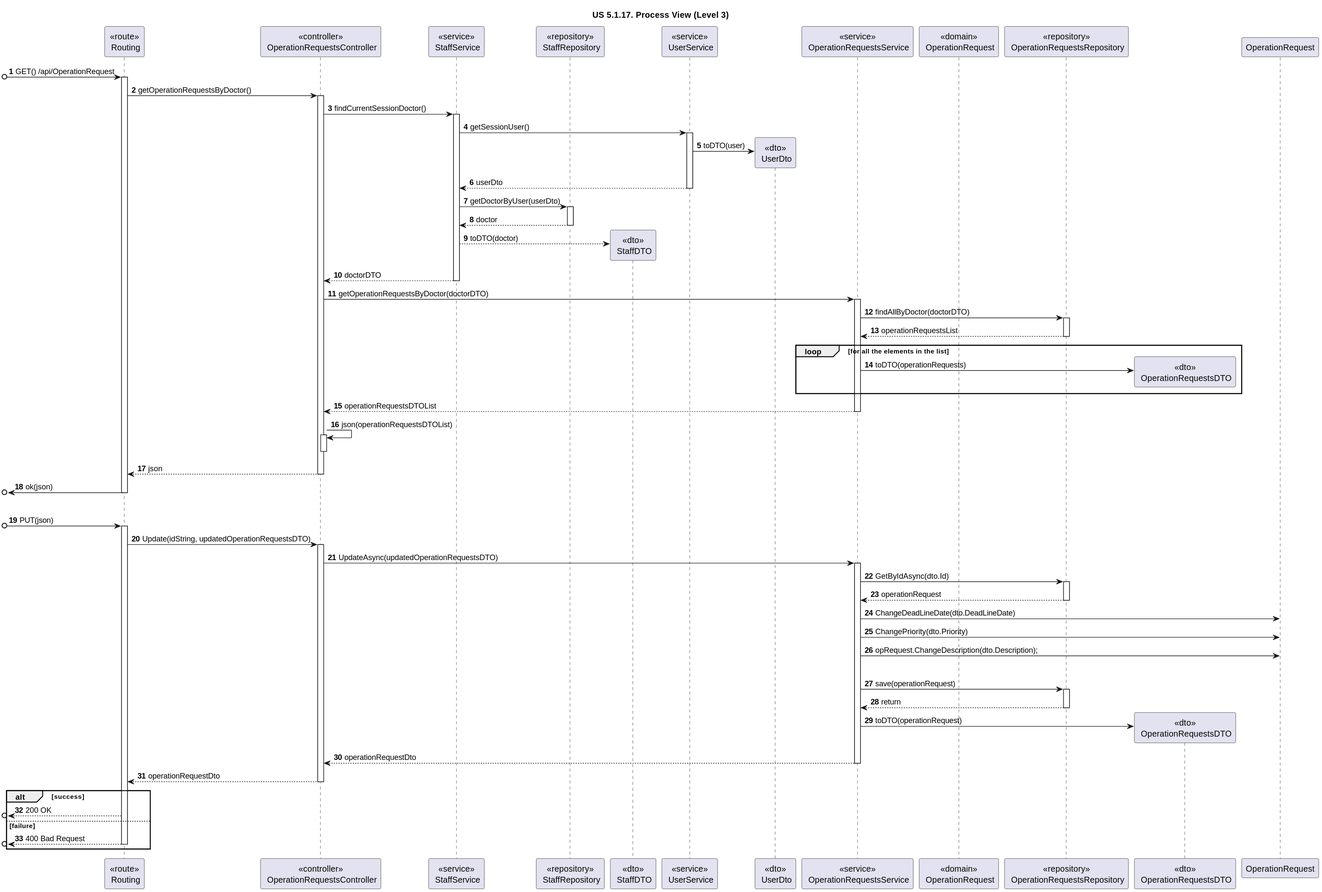
rita-barbosa/LAPR5-2425 keeps this PlantUML diagram as docs/sprint-1/1220683/us-5.1.17/diagrams/Process_View/Level-3/us17-process-view-lvl3.svg. Above is the earlier version.
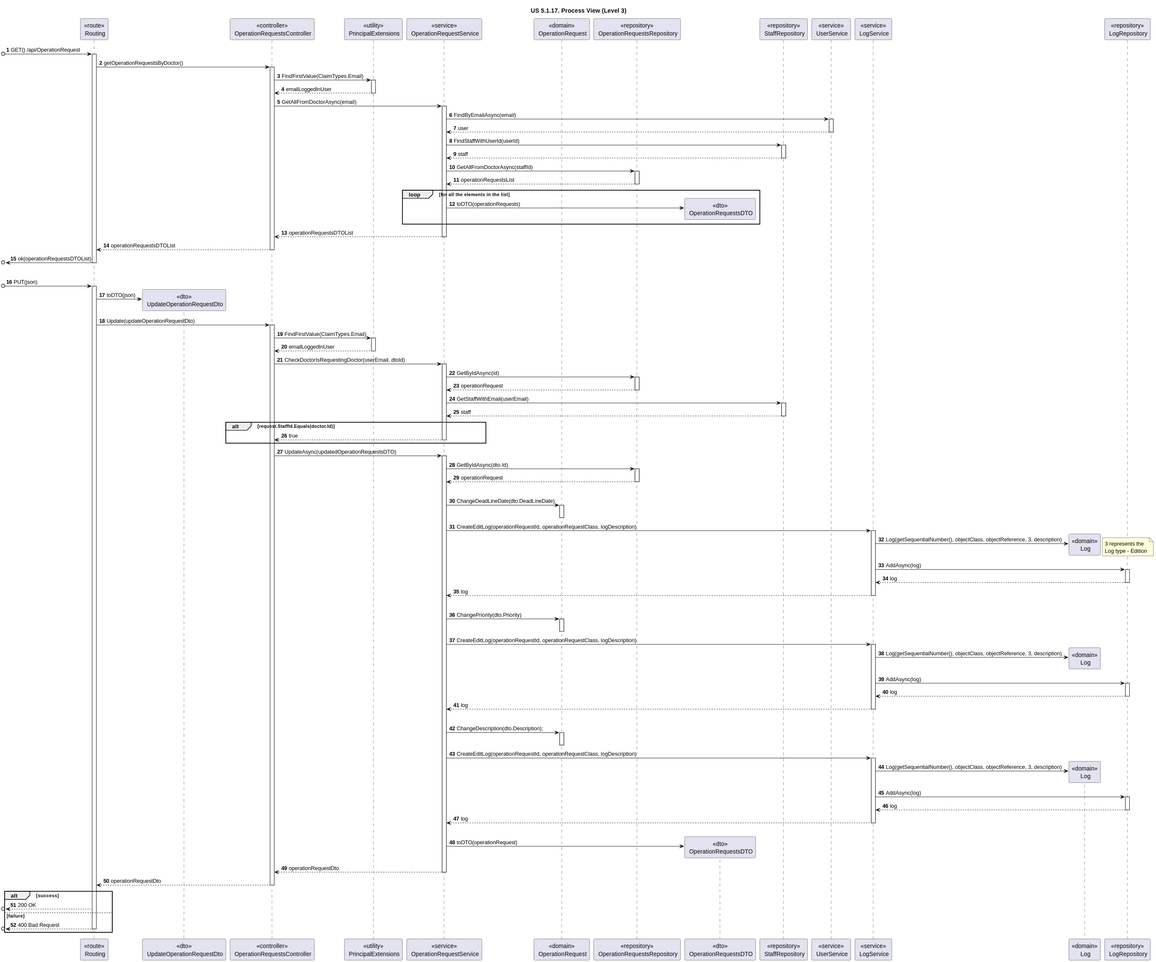
After the change.

Diff of the diagram source:
```diff
@@ -5,20 +5,22 @@
 autonumber
 
 participant "<<route>>\n Routing" as ROUTE
+participant "<<dto>>\n UpdateOperationRequestDto" as UpdateDTO
 participant "<<controller>>\n OperationRequestsController" as CONTROL
 
-participant "<<service>>\n StaffService" as STAFFServ
-participant "<<repository>>\n StaffRepository" as STAFFRepo
-participant "<<dto>>\n StaffDTO" as StaffDTO
+participant "<<utility>>\n PrincipalExtensions" as Claims
 
-participant "<<service>>\n UserService" as AUTHServ
-participant "<<dto>>\n UserDto" as UserDto
-
-participant "<<service>>\n OperationRequestsService" as OPREQServ
+participant "<<service>>\n OperationRequestService" as OPREQServ
 participant "<<domain>>\n OperationRequest" as OPRequest
 participant "<<repository>>\n OperationRequestsRepository" as OPREQRepo
 participant "<<dto>>\n OperationRequestsDTO" as OPREQDTO
 
+participant "<<repository>>\n StaffRepository" as STAFFRepo
+participant "<<service>>\n UserService" as AUTHServ
+
+participant "<<service>>\n LogService" as LogServ
+participant "<<domain>>\n Log" as Log
+participant "<<repository>>\n LogRepository" as LogRepo
 
 [o-> ROUTE : GET() /api/OperationRequest
 activate ROUTE
@@ -26,32 +28,29 @@
 ROUTE -> CONTROL : getOperationRequestsByDoctor()
 activate CONTROL
 
-CONTROL -> STAFFServ : findCurrentSessionDoctor()
-activate STAFFServ
 
-STAFFServ -> AUTHServ : getSessionUser()
+CONTROL -> Claims : FindFirstValue(ClaimTypes.Email)
+activate Claims
+
+Claims --> CONTROL : emailLoggedInUser
+deactivate Claims
+
+CONTROL -> OPREQServ : GetAllFromDoctorAsync(email)
+activate OPREQServ
+
+OPREQServ -> AUTHServ : FindByEmailAsync(email)
 activate AUTHServ
 
-AUTHServ -> UserDto ** : toDTO(user)
-
-AUTHServ --> STAFFServ : userDto
+AUTHServ --> OPREQServ : user
 deactivate AUTHServ
 
-STAFFServ -> STAFFRepo : getDoctorByUser(userDto)
+OPREQServ -> STAFFRepo : FindStaffWithUserId(userId)
 activate STAFFRepo
 
-STAFFRepo --> STAFFServ : doctor
+STAFFRepo --> OPREQServ : staff
 deactivate STAFFRepo
 
-STAFFServ --> StaffDTO ** : toDTO(doctor)
-
-STAFFServ --> CONTROL : doctorDTO
-deactivate STAFFServ
-
-CONTROL -> OPREQServ : getOperationRequestsByDoctor(doctorDTO)
-activate OPREQServ
-
-OPREQServ -> OPREQRepo : findAllByDoctor(doctorDTO)
+OPREQServ -> OPREQRepo : GetAllFromDoctorAsync(staffId)
 activate OPREQRepo
 
 OPREQRepo --> OPREQServ : operationRequestsList
@@ -65,14 +64,10 @@
 OPREQServ --> CONTROL : operationRequestsDTOList
 deactivate OPREQServ
 
-CONTROL -> CONTROL : json(operationRequestsDTOList)
-activate CONTROL
+CONTROL --> ROUTE : operationRequestsDTOList
 deactivate CONTROL
 
-CONTROL --> ROUTE : json
-deactivate CONTROL
-
-[o<- ROUTE : ok(json)
+[o<- ROUTE : ok(operationRequestsDTOList)
 deactivate ROUTE
 
 |||
@@ -80,9 +75,37 @@
 [o-> ROUTE : PUT(json)
 activate ROUTE
 
-ROUTE -> CONTROL : Update(idString, updatedOperationRequestsDTO)
+ROUTE -> UpdateDTO ** : toDTO(json)
+
+ROUTE -> CONTROL : Update(updateOperationRequestDto)
 activate CONTROL
 
+CONTROL -> Claims : FindFirstValue(ClaimTypes.Email)
+activate Claims
+
+Claims --> CONTROL : emailLoggedInUser
+deactivate Claims
+
+
+CONTROL -> OPREQServ : CheckDoctorIsRequestingDoctor(userEmail, dtoId)
+activate OPREQServ
+
+OPREQServ -> OPREQRepo : GetByIdAsync(id)
+activate OPREQRepo
+
+OPREQRepo --> OPREQServ : operationRequest
+deactivate OPREQRepo
+
+OPREQServ -> STAFFRepo : GetStaffWithEmail(userEmail)
+activate STAFFRepo
+
+STAFFRepo --> OPREQServ : staff
+deactivate STAFFRepo
+
+alt request.StaffId.Equals(doctor.Id)
+OPREQServ --> CONTROL : true
+deactivate OPREQServ
+end alt
 
 
 CONTROL -> OPREQServ : UpdateAsync(updatedOperationRequestsDTO)
@@ -93,17 +116,68 @@
 
 OPREQRepo --> OPREQServ : operationRequest
 deactivate OPREQRepo
+|||
+OPREQServ -> OPRequest : ChangeDeadLineDate(dto.DeadLineDate)
+activate OPRequest
+deactivate OPRequest
 
-OPREQServ -> OperationRequest : ChangeDeadLineDate(dto.DeadLineDate)
-OPREQServ -> OperationRequest : ChangePriority(dto.Priority)
-OPREQServ -> OperationRequest : opRequest.ChangeDescription(dto.Description);
+OPREQServ -> LogServ : CreateEditLog(operationRequestId, operationRequestClass, logDescription)
+activate LogServ
+
+LogServ -> Log ** : Log(getSequentialNumber(), objectClass, objectReference, 3, description)
+note right
+3 represents the
+Log type - Edition
+end note
+
+LogServ -> LogRepo : AddAsync(log)
+activate LogRepo
+
+LogRepo --> LogServ : log
+deactivate LogRepo
+
+LogServ --> OPREQServ : log
+deactivate LogServ
+
 |||
+OPREQServ -> OPRequest : ChangePriority(dto.Priority)
+activate OPRequest
+deactivate OPRequest
 
-OPREQServ -> OPREQRepo : save(operationRequest)
-activate OPREQRepo
+OPREQServ -> LogServ : CreateEditLog(operationRequestId, operationRequestClass, logDescription)
+activate LogServ
 
-OPREQRepo --> OPREQServ : return
-deactivate OPREQRepo
+LogServ -> Log ** : Log(getSequentialNumber(), objectClass, objectReference, 3, description)
+
+LogServ -> LogRepo : AddAsync(log)
+activate LogRepo
+
+LogRepo --> LogServ : log
+deactivate LogRepo
+
+LogServ --> OPREQServ : log
+deactivate LogServ
+
+|||
+OPREQServ -> OPRequest : ChangeDescription(dto.Description);
+activate OPRequest
+deactivate OPRequest
+
+OPREQServ -> LogServ : CreateEditLog(operationRequestId, operationRequestClass, logDescription)
+activate LogServ
+
+LogServ -> Log ** : Log(getSequentialNumber(), objectClass, objectReference, 3, description)
+
+LogServ -> LogRepo : AddAsync(log)
+activate LogRepo
+
+LogRepo --> LogServ : log
+deactivate LogRepo
+
+LogServ --> OPREQServ : log
+deactivate LogServ
+
+|||
 
 OPREQServ -> OPREQDTO ** : toDTO(operationRequest)
 
```
